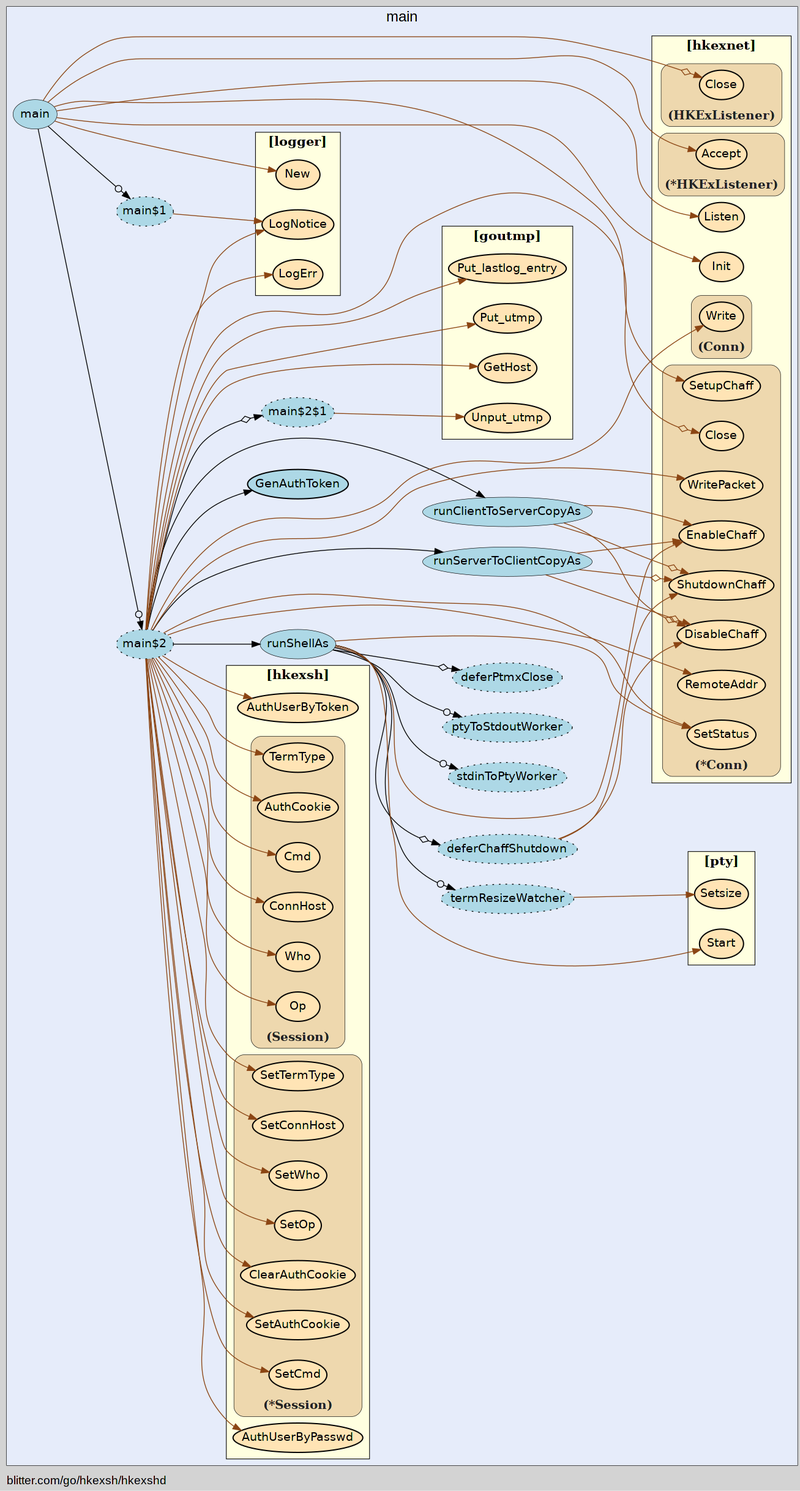
Above: hkexshd/hkexshd-vis.gv.png in isgasho/xs (Graphviz), before the change. Its source is kept beside it as hkexshd/hkexshd-vis.gv.
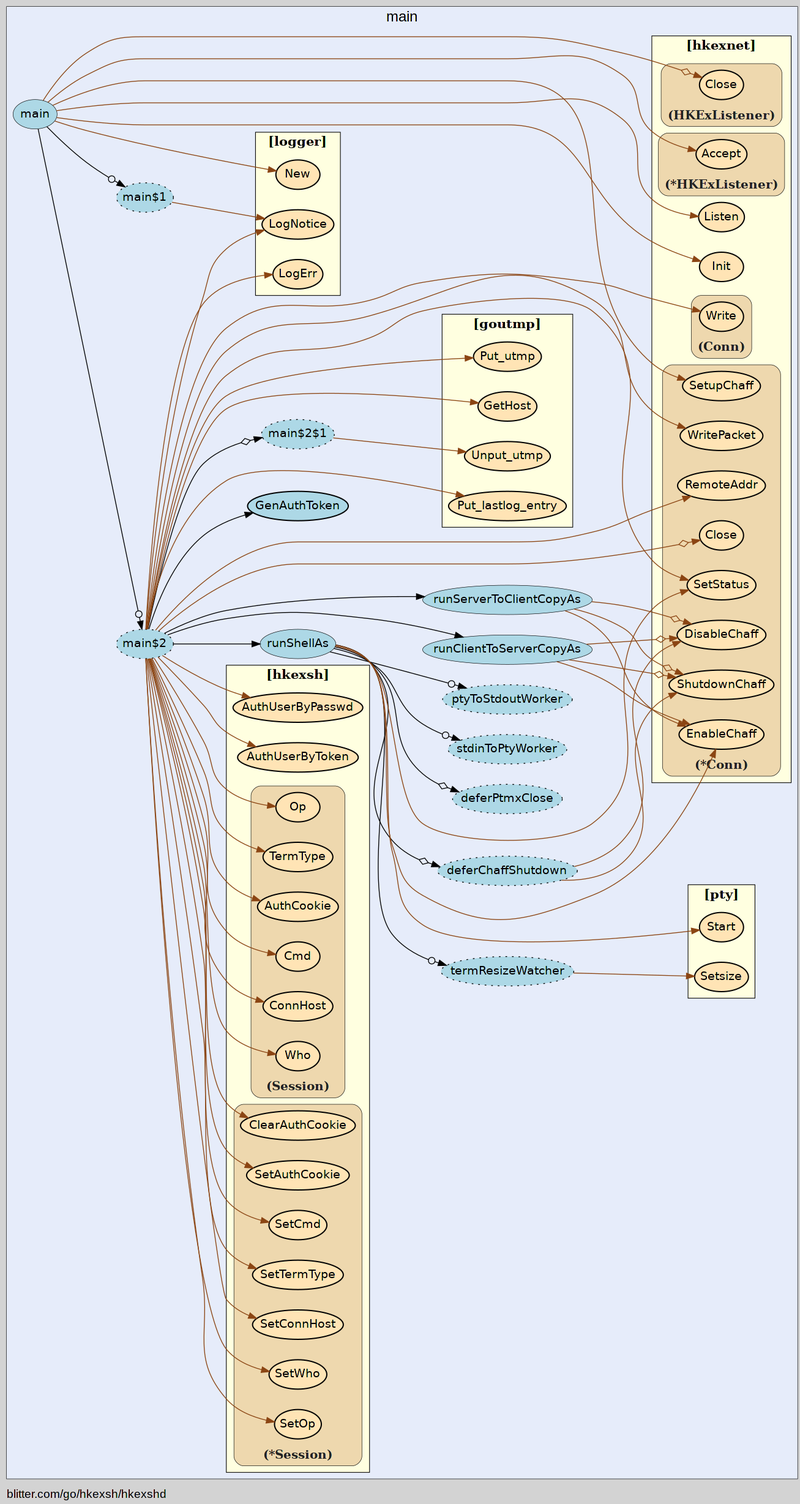
After the commit.

Commit message:
Regen of graphviz diagrams

The edit, as a diff of the source:
```diff
@@ -14,90 +14,90 @@
     edge [minlen="2"]
 
     subgraph "cluster_focus" {
-        bgcolor="#e6ecfa";
-label="main";
+        label="main";
 labelloc="t";
 labeljust="c";
 fontsize="18";
+bgcolor="#e6ecfa";
 
-        "blitter.com/go/hkexsh/hkexshd.runShellAs$2" [ fillcolor="lightblue" label="termResizeWatcher" style="dotted,filled" ]
-        "blitter.com/go/hkexsh/hkexshd.runClientToServerCopyAs" [ fillcolor="lightblue" label="runClientToServerCopyAs" penwidth="0.5" ]
         "blitter.com/go/hkexsh/hkexshd.main" [ fillcolor="lightblue" label="main" penwidth="0.5" ]
-        "blitter.com/go/hkexsh/hkexshd.main$1" [ label="main$1" style="dotted,filled" fillcolor="lightblue" ]
-        "blitter.com/go/hkexsh/hkexshd.main$2" [ fillcolor="lightblue" label="main$2" style="dotted,filled" ]
+        "blitter.com/go/hkexsh/hkexshd.main$1" [ fillcolor="lightblue" label="main$1" style="dotted,filled" ]
+        "blitter.com/go/hkexsh/hkexshd.main$2" [ label="main$2" style="dotted,filled" fillcolor="lightblue" ]
         "blitter.com/go/hkexsh/hkexshd.GenAuthToken" [ fillcolor="lightblue" label="GenAuthToken" penwidth="1.5" ]
         "blitter.com/go/hkexsh/hkexshd.runShellAs" [ fillcolor="lightblue" label="runShellAs" penwidth="0.5" ]
-        "blitter.com/go/hkexsh/hkexshd.runShellAs$1" [ label="deferPtmxClose" style="dotted,filled" fillcolor="lightblue" ]
-        "blitter.com/go/hkexsh/hkexshd.runShellAs$3" [ label="stdinToPtyWorker" style="dotted,filled" fillcolor="lightblue" ]
+        "blitter.com/go/hkexsh/hkexshd.runShellAs$1" [ fillcolor="lightblue" label="deferPtmxClose" style="dotted,filled" ]
+        "blitter.com/go/hkexsh/hkexshd.runShellAs$2" [ fillcolor="lightblue" label="termResizeWatcher" style="dotted,filled" ]
+        "blitter.com/go/hkexsh/hkexshd.runShellAs$3" [ fillcolor="lightblue" label="stdinToPtyWorker" style="dotted,filled" ]
         "blitter.com/go/hkexsh/hkexshd.runShellAs$4" [ fillcolor="lightblue" label="deferChaffShutdown" style="dotted,filled" ]
-        "blitter.com/go/hkexsh/hkexshd.runShellAs$5" [ fillcolor="lightblue" label="ptyToStdoutWorker" style="dotted,filled" ]
-        "blitter.com/go/hkexsh/hkexshd.main$2$1" [ fillcolor="lightblue" label="main$2$1" style="dotted,filled" ]
+        "blitter.com/go/hkexsh/hkexshd.runShellAs$5" [ style="dotted,filled" fillcolor="lightblue" label="ptyToStdoutWorker" ]
+        "blitter.com/go/hkexsh/hkexshd.main$2$1" [ style="dotted,filled" fillcolor="lightblue" label="main$2$1" ]
+        "blitter.com/go/hkexsh/hkexshd.runClientToServerCopyAs" [ penwidth="0.5" fillcolor="lightblue" label="runClientToServerCopyAs" ]
         "blitter.com/go/hkexsh/hkexshd.runServerToClientCopyAs" [ fillcolor="lightblue" label="runServerToClientCopyAs" penwidth="0.5" ]
 
         subgraph "cluster_blitter.com/go/goutmp" {
-        fontsize="16";
-fontname="bold";
-label="[goutmp]";
-penwidth="0.8";
-style="filled";
+        style="filled";
 fillcolor="lightyellow";
 rank="sink";
+label="[goutmp]";
 URL="/?f=blitter.com/go/goutmp";
 tooltip="package: blitter.com/go/goutmp";
+fontsize="16";
+fontname="bold";
+penwidth="0.8";
 
         "blitter.com/go/goutmp.GetHost" [ fillcolor="moccasin" label="GetHost" penwidth="1.5" ]
         "blitter.com/go/goutmp.Put_utmp" [ fillcolor="moccasin" label="Put_utmp" penwidth="1.5" ]
         "blitter.com/go/goutmp.Unput_utmp" [ label="Unput_utmp" penwidth="1.5" fillcolor="moccasin" ]
-        "blitter.com/go/goutmp.Put_lastlog_entry" [ penwidth="1.5" fillcolor="moccasin" label="Put_lastlog_entry" ]
+        "blitter.com/go/goutmp.Put_lastlog_entry" [ fillcolor="moccasin" label="Put_lastlog_entry" penwidth="1.5" ]
 
     }
 
         subgraph "cluster_blitter.com/go/hkexsh" {
-        fontname="bold";
+        style="filled";
+fillcolor="lightyellow";
+fontname="bold";
 rank="sink";
+penwidth="0.8";
+fontsize="16";
+label="[hkexsh]";
 URL="/?f=blitter.com/go/hkexsh";
 tooltip="package: blitter.com/go/hkexsh";
-penwidth="0.8";
-fillcolor="lightyellow";
-label="[hkexsh]";
-fontsize="16";
-style="filled";
 
         "blitter.com/go/hkexsh.AuthUserByToken" [ fillcolor="moccasin" label="AuthUserByToken" penwidth="1.5" ]
-        "blitter.com/go/hkexsh.AuthUserByPasswd" [ label="AuthUserByPasswd" penwidth="1.5" fillcolor="moccasin" ]
+        "blitter.com/go/hkexsh.AuthUserByPasswd" [ fillcolor="moccasin" label="AuthUserByPasswd" penwidth="1.5" ]
 
         subgraph "cluster_*blitter.com/go/hkexsh.Session" {
-        label="(*Session)";
-tooltip="type: *blitter.com/go/hkexsh.Session";
-penwidth="0.5";
+        penwidth="0.5";
 fontsize="15";
 fontcolor="#222222";
 labelloc="b";
 style="rounded,filled";
 fillcolor="wheat2";
+label="(*Session)";
+tooltip="type: *blitter.com/go/hkexsh.Session";
 
         "(*blitter.com/go/hkexsh.Session).SetOp" [ fillcolor="moccasin" label="SetOp" penwidth="1.5" ]
-        "(*blitter.com/go/hkexsh.Session).SetWho" [ label="SetWho" penwidth="1.5" fillcolor="moccasin" ]
-        "(*blitter.com/go/hkexsh.Session).SetConnHost" [ label="SetConnHost" penwidth="1.5" fillcolor="moccasin" ]
+        "(*blitter.com/go/hkexsh.Session).SetWho" [ fillcolor="moccasin" label="SetWho" penwidth="1.5" ]
+        "(*blitter.com/go/hkexsh.Session).SetConnHost" [ penwidth="1.5" fillcolor="moccasin" label="SetConnHost" ]
         "(*blitter.com/go/hkexsh.Session).SetTermType" [ fillcolor="moccasin" label="SetTermType" penwidth="1.5" ]
         "(*blitter.com/go/hkexsh.Session).SetCmd" [ fillcolor="moccasin" label="SetCmd" penwidth="1.5" ]
         "(*blitter.com/go/hkexsh.Session).SetAuthCookie" [ fillcolor="moccasin" label="SetAuthCookie" penwidth="1.5" ]
-        "(*blitter.com/go/hkexsh.Session).ClearAuthCookie" [ penwidth="1.5" fillcolor="moccasin" label="ClearAuthCookie" ]
+        "(*blitter.com/go/hkexsh.Session).ClearAuthCookie" [ label="ClearAuthCookie" penwidth="1.5" fillcolor="moccasin" ]
 
     }
 
         subgraph "cluster_blitter.com/go/hkexsh.Session" {
-        fontcolor="#222222";
-labelloc="b";
-style="rounded,filled";
+        style="rounded,filled";
 fillcolor="wheat2";
 label="(Session)";
 tooltip="type: blitter.com/go/hkexsh.Session";
 penwidth="0.5";
 fontsize="15";
+fontcolor="#222222";
+labelloc="b";
 
-        "(blitter.com/go/hkexsh.Session).Op" [ penwidth="1.5" fillcolor="moccasin" label="Op" ]
-        "(blitter.com/go/hkexsh.Session).Who" [ fillcolor="moccasin" label="Who" penwidth="1.5" ]
+        "(blitter.com/go/hkexsh.Session).Op" [ fillcolor="moccasin" label="Op" penwidth="1.5" ]
+        "(blitter.com/go/hkexsh.Session).Who" [ penwidth="1.5" fillcolor="moccasin" label="Who" ]
         "(blitter.com/go/hkexsh.Session).ConnHost" [ fillcolor="moccasin" label="ConnHost" penwidth="1.5" ]
         "(blitter.com/go/hkexsh.Session).Cmd" [ label="Cmd" penwidth="1.5" fillcolor="moccasin" ]
         "(blitter.com/go/hkexsh.Session).AuthCookie" [ fillcolor="moccasin" label="AuthCookie" penwidth="1.5" ]
@@ -109,76 +109,76 @@
 
         subgraph "cluster_blitter.com/go/hkexsh/hkexnet" {
         penwidth="0.8";
+rank="sink";
 fontsize="16";
 style="filled";
 fillcolor="lightyellow";
+fontname="bold";
 label="[hkexnet]";
 URL="/?f=blitter.com/go/hkexsh/hkexnet";
-fontname="bold";
-rank="sink";
 tooltip="package: blitter.com/go/hkexsh/hkexnet";
 
         "blitter.com/go/hkexsh/hkexnet.Init" [ fillcolor="moccasin" label="Init" penwidth="1.5" ]
-        "blitter.com/go/hkexsh/hkexnet.Listen" [ penwidth="1.5" fillcolor="moccasin" label="Listen" ]
+        "blitter.com/go/hkexsh/hkexnet.Listen" [ fillcolor="moccasin" label="Listen" penwidth="1.5" ]
 
         subgraph "cluster_*blitter.com/go/hkexsh/hkexnet.Conn" {
+        fillcolor="wheat2";
+label="(*Conn)";
+tooltip="type: *blitter.com/go/hkexsh/hkexnet.Conn";
+penwidth="0.5";
+fontsize="15";
+fontcolor="#222222";
+labelloc="b";
+style="rounded,filled";
+
+        "(*blitter.com/go/hkexsh/hkexnet.Conn).SetupChaff" [ fillcolor="moccasin" label="SetupChaff" penwidth="1.5" ]
+        "(*blitter.com/go/hkexsh/hkexnet.Conn).Close" [ fillcolor="moccasin" label="Close" penwidth="1.5" ]
+        "(*blitter.com/go/hkexsh/hkexnet.Conn).RemoteAddr" [ label="RemoteAddr" penwidth="1.5" fillcolor="moccasin" ]
+        "(*blitter.com/go/hkexsh/hkexnet.Conn).EnableChaff" [ fillcolor="moccasin" label="EnableChaff" penwidth="1.5" ]
+        "(*blitter.com/go/hkexsh/hkexnet.Conn).DisableChaff" [ fillcolor="moccasin" label="DisableChaff" penwidth="1.5" ]
+        "(*blitter.com/go/hkexsh/hkexnet.Conn).ShutdownChaff" [ fillcolor="moccasin" label="ShutdownChaff" penwidth="1.5" ]
+        "(*blitter.com/go/hkexsh/hkexnet.Conn).SetStatus" [ fillcolor="moccasin" label="SetStatus" penwidth="1.5" ]
+        "(*blitter.com/go/hkexsh/hkexnet.Conn).WritePacket" [ fillcolor="moccasin" label="WritePacket" penwidth="1.5" ]
+
+    }
+
+        subgraph "cluster_*blitter.com/go/hkexsh/hkexnet.HKExListener" {
+        style="rounded,filled";
+fillcolor="wheat2";
+label="(*HKExListener)";
+tooltip="type: *blitter.com/go/hkexsh/hkexnet.HKExListener";
+penwidth="0.5";
+fontsize="15";
+fontcolor="#222222";
+labelloc="b";
+
+        "(*blitter.com/go/hkexsh/hkexnet.HKExListener).Accept" [ penwidth="1.5" fillcolor="moccasin" label="Accept" ]
+
+    }
+
+        subgraph "cluster_blitter.com/go/hkexsh/hkexnet.Conn" {
+        fontcolor="#222222";
+labelloc="b";
+style="rounded,filled";
+fillcolor="wheat2";
+label="(Conn)";
+tooltip="type: blitter.com/go/hkexsh/hkexnet.Conn";
+penwidth="0.5";
+fontsize="15";
+
+        "(blitter.com/go/hkexsh/hkexnet.Conn).Write" [ penwidth="1.5" fillcolor="moccasin" label="Write" ]
+
+    }
+
+        subgraph "cluster_blitter.com/go/hkexsh/hkexnet.HKExListener" {
         penwidth="0.5";
 fontsize="15";
 fontcolor="#222222";
 labelloc="b";
 style="rounded,filled";
 fillcolor="wheat2";
-label="(*Conn)";
-tooltip="type: *blitter.com/go/hkexsh/hkexnet.Conn";
-
-        "(*blitter.com/go/hkexsh/hkexnet.Conn).EnableChaff" [ penwidth="1.5" fillcolor="moccasin" label="EnableChaff" ]
-        "(*blitter.com/go/hkexsh/hkexnet.Conn).DisableChaff" [ fillcolor="moccasin" label="DisableChaff" penwidth="1.5" ]
-        "(*blitter.com/go/hkexsh/hkexnet.Conn).ShutdownChaff" [ fillcolor="moccasin" label="ShutdownChaff" penwidth="1.5" ]
-        "(*blitter.com/go/hkexsh/hkexnet.Conn).SetupChaff" [ fillcolor="moccasin" label="SetupChaff" penwidth="1.5" ]
-        "(*blitter.com/go/hkexsh/hkexnet.Conn).Close" [ fillcolor="moccasin" label="Close" penwidth="1.5" ]
-        "(*blitter.com/go/hkexsh/hkexnet.Conn).RemoteAddr" [ fillcolor="moccasin" label="RemoteAddr" penwidth="1.5" ]
-        "(*blitter.com/go/hkexsh/hkexnet.Conn).SetStatus" [ penwidth="1.5" fillcolor="moccasin" label="SetStatus" ]
-        "(*blitter.com/go/hkexsh/hkexnet.Conn).WritePacket" [ fillcolor="moccasin" label="WritePacket" penwidth="1.5" ]
-
-    }
-
-        subgraph "cluster_*blitter.com/go/hkexsh/hkexnet.HKExListener" {
-        tooltip="type: *blitter.com/go/hkexsh/hkexnet.HKExListener";
-penwidth="0.5";
-fontsize="15";
-fontcolor="#222222";
-labelloc="b";
-style="rounded,filled";
-fillcolor="wheat2";
-label="(*HKExListener)";
-
-        "(*blitter.com/go/hkexsh/hkexnet.HKExListener).Accept" [ fillcolor="moccasin" label="Accept" penwidth="1.5" ]
-
-    }
-
-        subgraph "cluster_blitter.com/go/hkexsh/hkexnet.Conn" {
-        labelloc="b";
-style="rounded,filled";
-fillcolor="wheat2";
-label="(Conn)";
-tooltip="type: blitter.com/go/hkexsh/hkexnet.Conn";
-penwidth="0.5";
-fontsize="15";
-fontcolor="#222222";
-
-        "(blitter.com/go/hkexsh/hkexnet.Conn).Write" [ fillcolor="moccasin" label="Write" penwidth="1.5" ]
-
-    }
-
-        subgraph "cluster_blitter.com/go/hkexsh/hkexnet.HKExListener" {
-        fontsize="15";
-fontcolor="#222222";
-labelloc="b";
-style="rounded,filled";
-fillcolor="wheat2";
 label="(HKExListener)";
 tooltip="type: blitter.com/go/hkexsh/hkexnet.HKExListener";
-penwidth="0.5";
 
         "(blitter.com/go/hkexsh/hkexnet.HKExListener).Close" [ fillcolor="moccasin" label="Close" penwidth="1.5" ]
 
@@ -187,44 +187,40 @@
     }
 
         subgraph "cluster_blitter.com/go/hkexsh/logger" {
-        fontsize="16";
-rank="sink";
-URL="/?f=blitter.com/go/hkexsh/logger";
-tooltip="package: blitter.com/go/hkexsh/logger";
+        tooltip="package: blitter.com/go/hkexsh/logger";
 penwidth="0.8";
+fontsize="16";
 style="filled";
 fillcolor="lightyellow";
 fontname="bold";
+rank="sink";
 label="[logger]";
+URL="/?f=blitter.com/go/hkexsh/logger";
 
-        "blitter.com/go/hkexsh/logger.New" [ fillcolor="moccasin" label="New" penwidth="1.5" ]
-        "blitter.com/go/hkexsh/logger.LogNotice" [ penwidth="1.5" fillcolor="moccasin" label="LogNotice" ]
-        "blitter.com/go/hkexsh/logger.LogErr" [ penwidth="1.5" fillcolor="moccasin" label="LogErr" ]
+        "blitter.com/go/hkexsh/logger.New" [ penwidth="1.5" fillcolor="moccasin" label="New" ]
+        "blitter.com/go/hkexsh/logger.LogNotice" [ fillcolor="moccasin" label="LogNotice" penwidth="1.5" ]
+        "blitter.com/go/hkexsh/logger.LogErr" [ fillcolor="moccasin" label="LogErr" penwidth="1.5" ]
 
     }
 
         subgraph "cluster_github.com/kr/pty" {
-        style="filled";
-fontname="bold";
-rank="sink";
-URL="/?f=github.com/kr/pty";
-tooltip="package: github.com/kr/pty";
-penwidth="0.8";
+        penwidth="0.8";
 fontsize="16";
 fillcolor="lightyellow";
+rank="sink";
 label="[pty]";
+URL="/?f=github.com/kr/pty";
+style="filled";
+fontname="bold";
+tooltip="package: github.com/kr/pty";
 
+        "github.com/kr/pty.Start" [ fillcolor="moccasin" label="Start" penwidth="1.5" ]
         "github.com/kr/pty.Setsize" [ fillcolor="moccasin" label="Setsize" penwidth="1.5" ]
-        "github.com/kr/pty.Start" [ fillcolor="moccasin" label="Start" penwidth="1.5" ]
 
     }
 
     }
 
-    "blitter.com/go/hkexsh/hkexshd.runShellAs$2" -> "github.com/kr/pty.Setsize" [ color="saddlebrown" ]
-    "blitter.com/go/hkexsh/hkexshd.runClientToServerCopyAs" -> "(*blitter.com/go/hkexsh/hkexnet.Conn).EnableChaff" [ color="saddlebrown" ]
-    "blitter.com/go/hkexsh/hkexshd.runClientToServerCopyAs" -> "(*blitter.com/go/hkexsh/hkexnet.Conn).DisableChaff" [ arrowhead="normalnoneodiamond" color="saddlebrown" ]
-    "blitter.com/go/hkexsh/hkexshd.runClientToServerCopyAs" -> "(*blitter.com/go/hkexsh/hkexnet.Conn).ShutdownChaff" [ arrowhead="normalnoneodiamond" color="saddlebrown" ]
     "blitter.com/go/hkexsh/hkexshd.main" -> "blitter.com/go/hkexsh/logger.New" [ color="saddlebrown" ]
     "blitter.com/go/hkexsh/hkexshd.main" -> "blitter.com/go/hkexsh/hkexnet.Init" [ color="saddlebrown" ]
     "blitter.com/go/hkexsh/hkexshd.main$1" -> "blitter.com/go/hkexsh/logger.LogNotice" [ color="saddlebrown" ]
@@ -256,6 +252,7 @@
     "blitter.com/go/hkexsh/hkexshd.main$2" -> "(blitter.com/go/hkexsh.Session).TermType" [ color="saddlebrown" ]
     "blitter.com/go/hkexsh/hkexshd.runShellAs" -> "github.com/kr/pty.Start" [ color="saddlebrown" ]
     "blitter.com/go/hkexsh/hkexshd.runShellAs" -> "blitter.com/go/hkexsh/hkexshd.runShellAs$1" [ arrowhead="normalnoneodiamond" ]
+    "blitter.com/go/hkexsh/hkexshd.runShellAs$2" -> "github.com/kr/pty.Setsize" [ color="saddlebrown" ]
     "blitter.com/go/hkexsh/hkexshd.runShellAs" -> "blitter.com/go/hkexsh/hkexshd.runShellAs$2" [ arrowhead="normalnoneodot" ]
     "blitter.com/go/hkexsh/hkexshd.runShellAs" -> "blitter.com/go/hkexsh/hkexshd.runShellAs$3" [ arrowhead="normalnoneodot" ]
     "blitter.com/go/hkexsh/hkexshd.runShellAs" -> "(*blitter.com/go/hkexsh/hkexnet.Conn).EnableChaff" [ color="saddlebrown" ]
@@ -271,11 +268,14 @@
     "blitter.com/go/hkexsh/hkexshd.main$2$1" -> "blitter.com/go/goutmp.Unput_utmp" [ color="saddlebrown" ]
     "blitter.com/go/hkexsh/hkexshd.main$2" -> "blitter.com/go/hkexsh/hkexshd.main$2$1" [ arrowhead="normalnoneodiamond" ]
     "blitter.com/go/hkexsh/hkexshd.main$2" -> "blitter.com/go/goutmp.Put_lastlog_entry" [ color="saddlebrown" ]
+    "blitter.com/go/hkexsh/hkexshd.runClientToServerCopyAs" -> "(*blitter.com/go/hkexsh/hkexnet.Conn).EnableChaff" [ color="saddlebrown" ]
+    "blitter.com/go/hkexsh/hkexshd.runClientToServerCopyAs" -> "(*blitter.com/go/hkexsh/hkexnet.Conn).DisableChaff" [ arrowhead="normalnoneodiamond" color="saddlebrown" ]
+    "blitter.com/go/hkexsh/hkexshd.runClientToServerCopyAs" -> "(*blitter.com/go/hkexsh/hkexnet.Conn).ShutdownChaff" [ arrowhead="normalnoneodiamond" color="saddlebrown" ]
     "blitter.com/go/hkexsh/hkexshd.main$2" -> "blitter.com/go/hkexsh/hkexshd.runClientToServerCopyAs" [  ]
     "blitter.com/go/hkexsh/hkexshd.main$2" -> "(*blitter.com/go/hkexsh/hkexnet.Conn).WritePacket" [ color="saddlebrown" ]
     "blitter.com/go/hkexsh/hkexshd.runServerToClientCopyAs" -> "(*blitter.com/go/hkexsh/hkexnet.Conn).EnableChaff" [ color="saddlebrown" ]
     "blitter.com/go/hkexsh/hkexshd.runServerToClientCopyAs" -> "(*blitter.com/go/hkexsh/hkexnet.Conn).DisableChaff" [ arrowhead="normalnoneodiamond" color="saddlebrown" ]
-    "blitter.com/go/hkexsh/hkexshd.runServerToClientCopyAs" -> "(*blitter.com/go/hkexsh/hkexnet.Conn).ShutdownChaff" [ color="saddlebrown" arrowhead="normalnoneodiamond" ]
+    "blitter.com/go/hkexsh/hkexshd.runServerToClientCopyAs" -> "(*blitter.com/go/hkexsh/hkexnet.Conn).ShutdownChaff" [ arrowhead="normalnoneodiamond" color="saddlebrown" ]
     "blitter.com/go/hkexsh/hkexshd.main$2" -> "blitter.com/go/hkexsh/hkexshd.runServerToClientCopyAs" [  ]
     "blitter.com/go/hkexsh/hkexshd.main" -> "blitter.com/go/hkexsh/hkexshd.main$2" [ arrowhead="normalnoneodot" ]
 }
```
